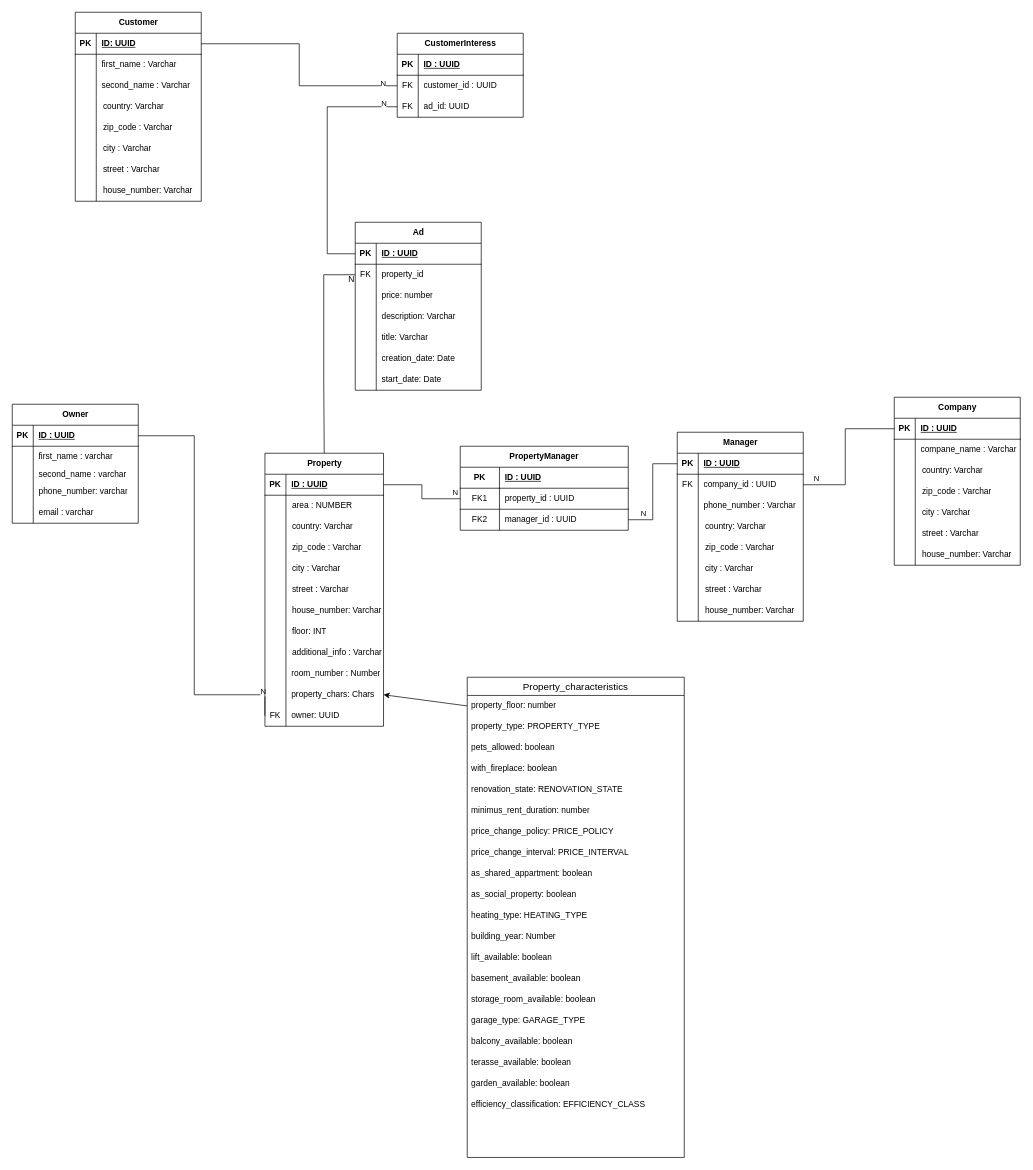
This is immoq-db-draft.drawio from blackburnwt/immo-queue-java, a draw.io file, before an edit. Source tidied: cells renumbered, new cells numbered last; positions are measured from the earlier drawing's top-left corner, leaving out a move shared by most shapes. Both pictures are drawn from the tidied source at 70%, with x=0, y=0 at pixel (12, 12).
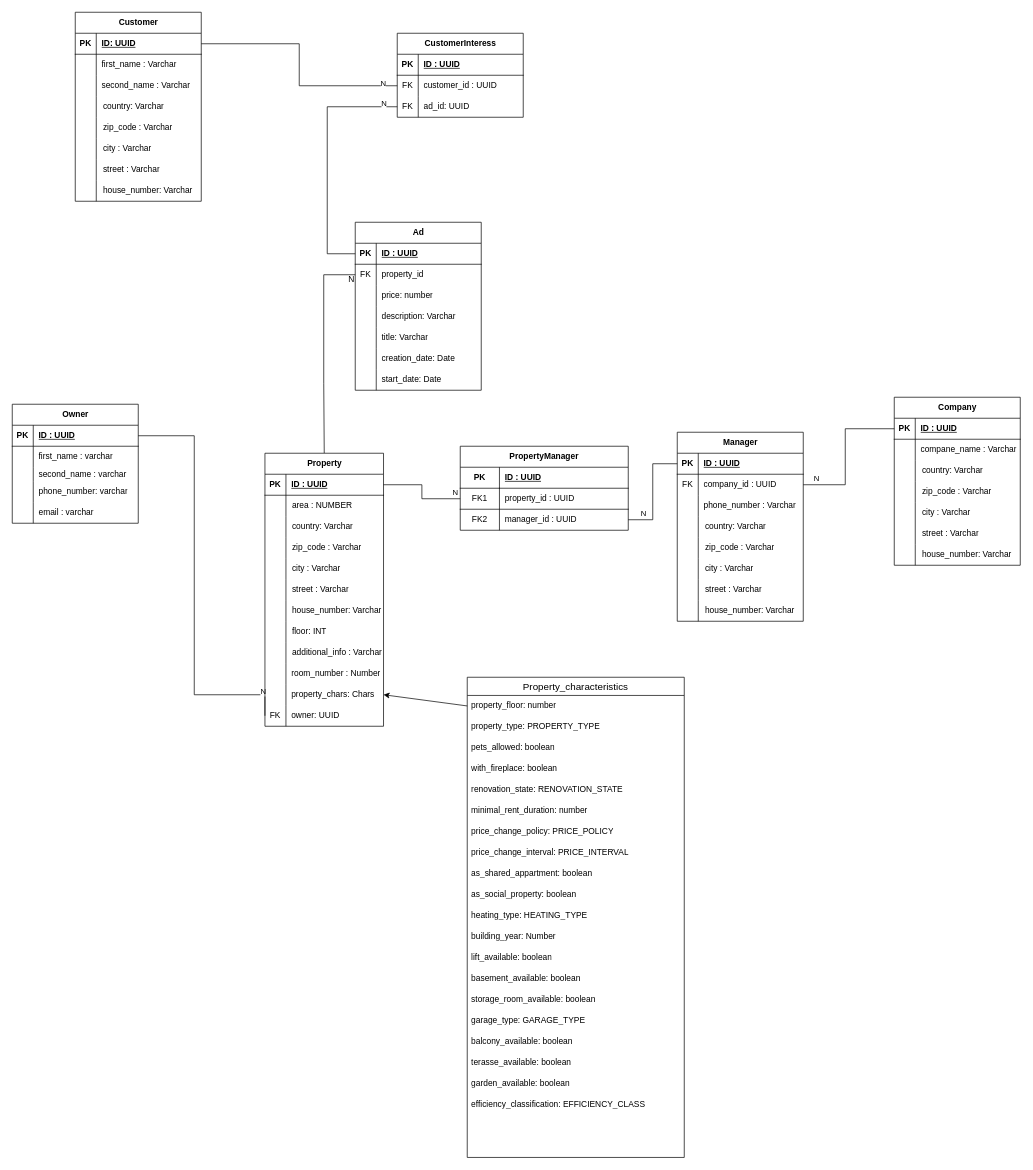
Above is the later version.

The change refers to these unchanged cells:
```xml
<mxCell id="211" value="Property_characteristics" style="swimlane;fontStyle=0;horizontal=1;startSize=26;align=center;fontSize=14;" parent="1" vertex="1">
  <mxGeometry x="650" y="950" width="310" height="686" as="geometry" />
</mxCell>
```

Change to the diagram source:
```diff
@@
-    <mxCell id="217" value="minimus_rent_duration: number" style="text;strokeColor=none;fillColor=none;spacingLeft=4;spacingRight=4;overflow=hidden;fontSize=12;whiteSpace=wrap;html=1;" parent="211" vertex="1">
+    <mxCell id="217" value="minimal_rent_duration: number" style="text;strokeColor=none;fillColor=none;spacingLeft=4;spacingRight=4;overflow=hidden;fontSize=12;whiteSpace=wrap;html=1;" parent="211" vertex="1">
       <mxGeometry y="176" width="310" height="30" as="geometry" />
     </mxCell>
```
